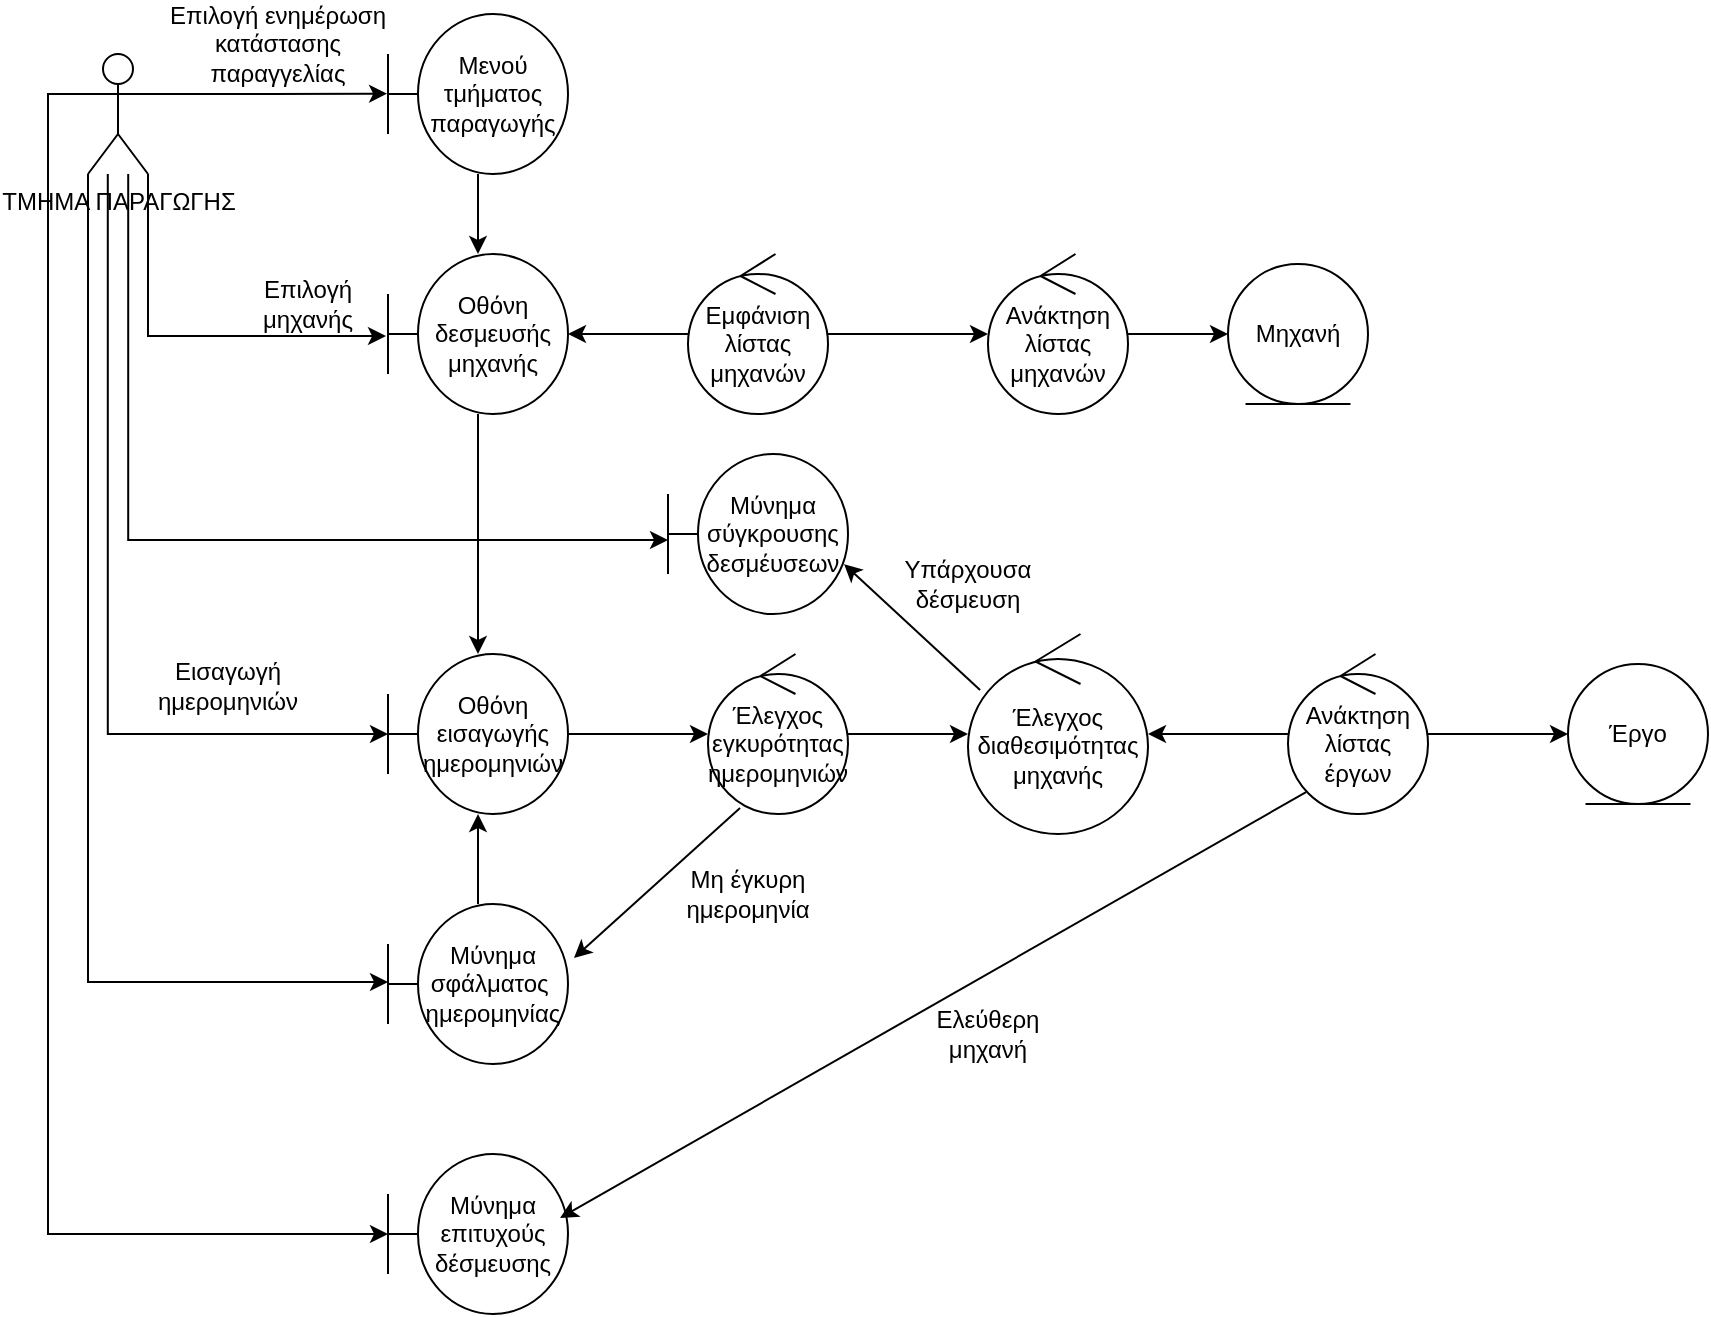
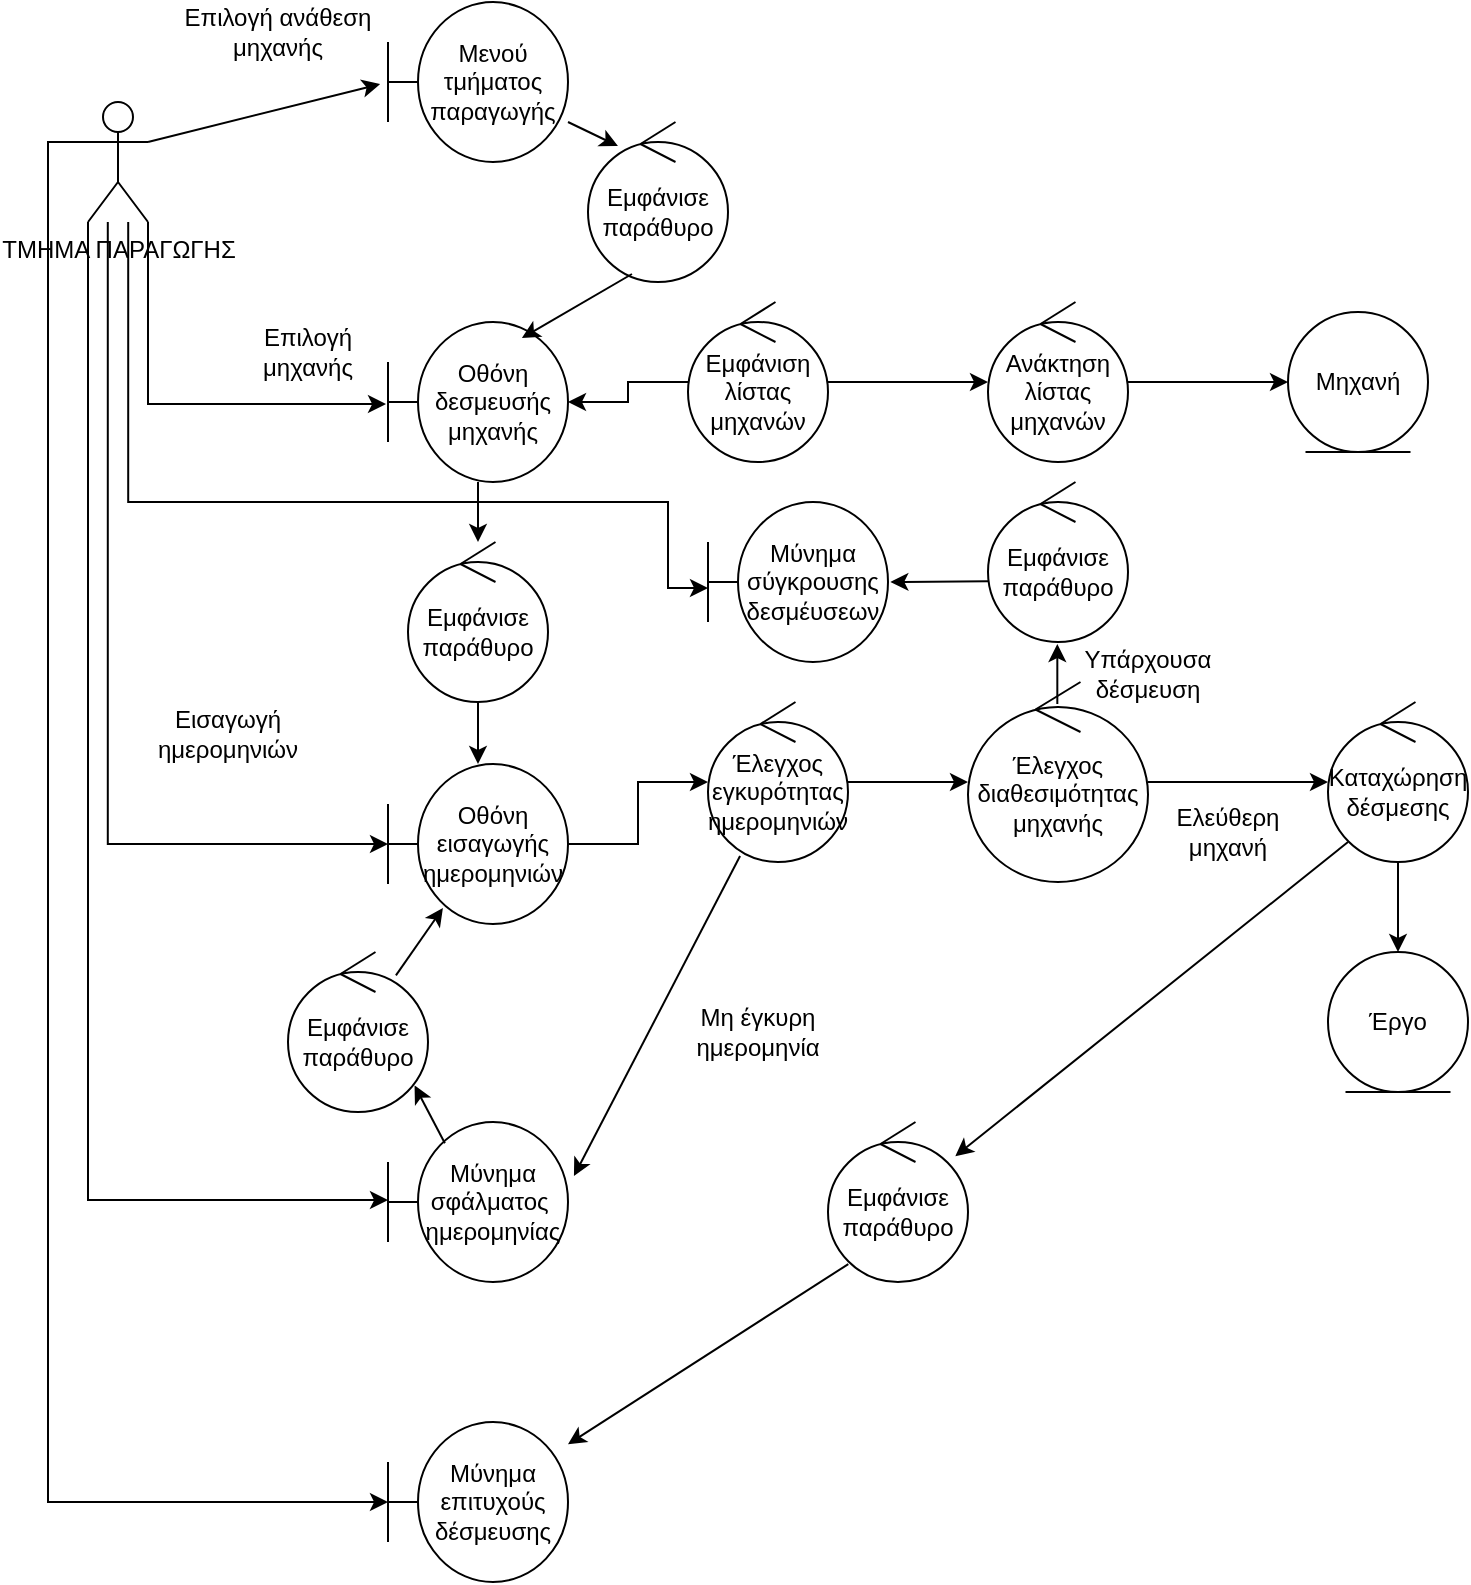
<mxfile host="Electron">
  <diagram name="Page-1" id="KaXBHMN9nKNjOLRxAqfw">
-     <mxGraphModel dx="1414" dy="883" grid="1" gridSize="10" guides="1" tooltips="1" connect="1" arrows="1" fold="1" page="1" pageScale="1" pageWidth="1169" pageHeight="827" math="0" shadow="0">
+     <mxGraphModel dx="1664" dy="1039" grid="1" gridSize="10" guides="1" tooltips="1" connect="1" arrows="1" fold="1" page="1" pageScale="1" pageWidth="1169" pageHeight="827" math="0" shadow="0">
      <root>
        <mxCell id="0" />
        <mxCell id="1" parent="0" />
        <mxCell id="C7lFtEQ3tHzBhNkcPl6a-1" parent="1" style="shape=umlActor;verticalLabelPosition=bottom;verticalAlign=top;html=1;outlineConnect=0;points=[[0,0.3333333333333333,0,0,0],[0,1,0,0,0],[0.25,0.1,0,0,0],[0.33,1,0,0,0],[0.5,0,0,0,0],[0.5,0.5,0,0,0],[0.67,1,0,0,0],[0.75,0.1,0,0,0],[1,0.3333333333333333,0,0,0],[1,1,0,0,0]];" value="ΤΜΗΜΑ ΠΑΡΑΓΩΓΗΣ" vertex="1">
          <mxGeometry height="60" width="30" x="50" y="60" as="geometry" />
        </mxCell>
-         <mxCell id="WimlP_M1-8_oz9CWzMH8-6" edge="1" parent="1" source="WimlP_M1-8_oz9CWzMH8-1" style="edgeStyle=orthogonalEdgeStyle;rounded=0;orthogonalLoop=1;jettySize=auto;html=1;" target="WimlP_M1-8_oz9CWzMH8-5" value="">
-           <mxGeometry relative="1" as="geometry" />
+         <mxCell id="WimlP_M1-8_oz9CWzMH8-1" parent="1" style="shape=umlBoundary;whiteSpace=wrap;html=1;" value="Μενού τμήματος παραγωγής" vertex="1">
+           <mxGeometry height="80" width="90" x="200" y="10" as="geometry" />
        </mxCell>
-         <mxCell id="WimlP_M1-8_oz9CWzMH8-1" parent="1" style="shape=umlBoundary;whiteSpace=wrap;html=1;" value="Μενού τμήματος παραγωγής" vertex="1">
-           <mxGeometry height="80" width="90" x="200" y="40" as="geometry" />
-         </mxCell>
-         <mxCell id="WimlP_M1-8_oz9CWzMH8-2" edge="1" parent="1" source="C7lFtEQ3tHzBhNkcPl6a-1" style="edgeStyle=orthogonalEdgeStyle;rounded=0;orthogonalLoop=1;jettySize=auto;html=1;exitX=1;exitY=0.3333333333333333;exitDx=0;exitDy=0;exitPerimeter=0;entryX=-0.005;entryY=0.498;entryDx=0;entryDy=0;entryPerimeter=0;" target="WimlP_M1-8_oz9CWzMH8-1">
-           <mxGeometry relative="1" as="geometry" />
-         </mxCell>
-         <mxCell id="RbYdqmlDivMQi1Q6wBfH-3" edge="1" parent="1" source="WimlP_M1-8_oz9CWzMH8-5" style="edgeStyle=orthogonalEdgeStyle;rounded=0;orthogonalLoop=1;jettySize=auto;html=1;" target="WimlP_M1-8_oz9CWzMH8-18" value="">
+         <mxCell id="LdhAEO8E8GU_BBuaMslp-7" edge="1" parent="1" source="WimlP_M1-8_oz9CWzMH8-5" style="edgeStyle=orthogonalEdgeStyle;rounded=0;orthogonalLoop=1;jettySize=auto;html=1;" target="LdhAEO8E8GU_BBuaMslp-6" value="">
          <mxGeometry relative="1" as="geometry" />
        </mxCell>
        <mxCell id="WimlP_M1-8_oz9CWzMH8-5" parent="1" style="shape=umlBoundary;whiteSpace=wrap;html=1;" value="&lt;div&gt;Οθόνη&lt;/div&gt;δεσμευσής μηχανής" vertex="1">
-           <mxGeometry height="80" width="90" x="200" y="160" as="geometry" />
+           <mxGeometry height="80" width="90" x="200" y="170" as="geometry" />
        </mxCell>
        <mxCell id="WimlP_M1-8_oz9CWzMH8-7" edge="1" parent="1" source="C7lFtEQ3tHzBhNkcPl6a-1" style="edgeStyle=orthogonalEdgeStyle;rounded=0;orthogonalLoop=1;jettySize=auto;html=1;exitX=1;exitY=1;exitDx=0;exitDy=0;exitPerimeter=0;entryX=-0.011;entryY=0.513;entryDx=0;entryDy=0;entryPerimeter=0;" target="WimlP_M1-8_oz9CWzMH8-5">
          <mxGeometry relative="1" as="geometry" />
        </mxCell>
-         <mxCell id="WimlP_M1-8_oz9CWzMH8-9" parent="1" style="text;html=1;whiteSpace=wrap;strokeColor=none;fillColor=none;align=center;verticalAlign=middle;rounded=0;" value="Επιλογή ενημέρωση κατάστασης παραγγελίας" vertex="1">
-           <mxGeometry height="30" width="110" x="90" y="40" as="geometry" />
+         <mxCell id="WimlP_M1-8_oz9CWzMH8-9" parent="1" style="text;html=1;whiteSpace=wrap;strokeColor=none;fillColor=none;align=center;verticalAlign=middle;rounded=0;" value="Επιλογή ανάθεση μηχανής" vertex="1">
+           <mxGeometry height="30" width="110" x="90" y="10" as="geometry" />
        </mxCell>
        <mxCell id="WimlP_M1-8_oz9CWzMH8-11" parent="1" style="text;html=1;whiteSpace=wrap;strokeColor=none;fillColor=none;align=center;verticalAlign=middle;rounded=0;" value="Επιλογή μηχανής" vertex="1">
          <mxGeometry height="30" width="60" x="130" y="170" as="geometry" />
        </mxCell>
        <mxCell id="WimlP_M1-8_oz9CWzMH8-12" edge="1" parent="1" source="WimlP_M1-8_oz9CWzMH8-13" style="edgeStyle=orthogonalEdgeStyle;rounded=0;orthogonalLoop=1;jettySize=auto;html=1;" target="WimlP_M1-8_oz9CWzMH8-15" value="">
          <mxGeometry relative="1" as="geometry" />
        </mxCell>
        <mxCell id="RbYdqmlDivMQi1Q6wBfH-1" edge="1" parent="1" source="WimlP_M1-8_oz9CWzMH8-13" style="edgeStyle=orthogonalEdgeStyle;rounded=0;orthogonalLoop=1;jettySize=auto;html=1;" target="WimlP_M1-8_oz9CWzMH8-5" value="">
          <mxGeometry relative="1" as="geometry" />
        </mxCell>
        <mxCell id="WimlP_M1-8_oz9CWzMH8-13" parent="1" style="ellipse;shape=umlControl;whiteSpace=wrap;html=1;" value="Εμφάνιση λίστας μηχανών" vertex="1">
          <mxGeometry height="80" width="70" x="350" y="160" as="geometry" />
        </mxCell>
        <mxCell id="WimlP_M1-8_oz9CWzMH8-14" edge="1" parent="1" source="WimlP_M1-8_oz9CWzMH8-15" style="edgeStyle=orthogonalEdgeStyle;rounded=0;orthogonalLoop=1;jettySize=auto;html=1;" target="WimlP_M1-8_oz9CWzMH8-16" value="">
          <mxGeometry relative="1" as="geometry" />
        </mxCell>
        <mxCell id="WimlP_M1-8_oz9CWzMH8-15" parent="1" style="ellipse;shape=umlControl;whiteSpace=wrap;html=1;" value="Ανάκτηση λίστας μηχανών" vertex="1">
          <mxGeometry height="80" width="70" x="500" y="160" as="geometry" />
        </mxCell>
        <mxCell id="WimlP_M1-8_oz9CWzMH8-16" parent="1" style="ellipse;shape=umlEntity;whiteSpace=wrap;html=1;" value="Μηχανή" vertex="1">
-           <mxGeometry height="70" width="70" x="620" y="165" as="geometry" />
+           <mxGeometry height="70" width="70" x="650" y="165" as="geometry" />
        </mxCell>
        <mxCell id="RbYdqmlDivMQi1Q6wBfH-4" edge="1" parent="1" source="WimlP_M1-8_oz9CWzMH8-18" style="edgeStyle=orthogonalEdgeStyle;rounded=0;orthogonalLoop=1;jettySize=auto;html=1;" target="WimlP_M1-8_oz9CWzMH8-20" value="">
          <mxGeometry relative="1" as="geometry" />
        </mxCell>
        <mxCell id="WimlP_M1-8_oz9CWzMH8-18" parent="1" style="shape=umlBoundary;whiteSpace=wrap;html=1;" value="Οθόνη εισαγωγής ημερομηνιών" vertex="1">
-           <mxGeometry height="80" width="90" x="200" y="360" as="geometry" />
+           <mxGeometry height="80" width="90" x="200" y="391" as="geometry" />
        </mxCell>
        <mxCell id="RbYdqmlDivMQi1Q6wBfH-10" edge="1" parent="1" source="WimlP_M1-8_oz9CWzMH8-20" style="edgeStyle=orthogonalEdgeStyle;rounded=0;orthogonalLoop=1;jettySize=auto;html=1;" target="RbYdqmlDivMQi1Q6wBfH-5" value="">
          <mxGeometry relative="1" as="geometry" />
        </mxCell>
        <mxCell id="WimlP_M1-8_oz9CWzMH8-20" parent="1" style="ellipse;shape=umlControl;whiteSpace=wrap;html=1;" value="Έλεγχος εγκυρότητας ημερομηνιών" vertex="1">
          <mxGeometry height="80" width="70" x="360" y="360" as="geometry" />
        </mxCell>
        <mxCell id="nidWjqgabV8KVmjAqGq--1" parent="1" style="text;html=1;whiteSpace=wrap;strokeColor=none;fillColor=none;align=center;verticalAlign=middle;rounded=0;" value="Εισαγωγή ημερομηνιών" vertex="1">
          <mxGeometry height="30" width="60" x="90" y="361" as="geometry" />
        </mxCell>
-         <mxCell id="RbYdqmlDivMQi1Q6wBfH-2" parent="1" style="ellipse;shape=umlEntity;whiteSpace=wrap;html=1;" value="Έργο" vertex="1">
-           <mxGeometry height="70" width="70" x="790" y="365" as="geometry" />
+         <mxCell id="LdhAEO8E8GU_BBuaMslp-12" edge="1" parent="1" source="RbYdqmlDivMQi1Q6wBfH-5" style="edgeStyle=orthogonalEdgeStyle;rounded=0;orthogonalLoop=1;jettySize=auto;html=1;" target="RbYdqmlDivMQi1Q6wBfH-13" value="">
+           <mxGeometry relative="1" as="geometry" />
        </mxCell>
        <mxCell id="RbYdqmlDivMQi1Q6wBfH-5" parent="1" style="ellipse;shape=umlControl;whiteSpace=wrap;html=1;" value="Έλεγχος διαθεσιμότητας&lt;div&gt;μηχανής&lt;/div&gt;" vertex="1">
          <mxGeometry height="100" width="90" x="490" y="350" as="geometry" />
        </mxCell>
-         <mxCell id="RbYdqmlDivMQi1Q6wBfH-18" edge="1" parent="1" source="RbYdqmlDivMQi1Q6wBfH-6" style="edgeStyle=orthogonalEdgeStyle;rounded=0;orthogonalLoop=1;jettySize=auto;html=1;" target="WimlP_M1-8_oz9CWzMH8-18" value="">
-           <mxGeometry relative="1" as="geometry" />
-         </mxCell>
        <mxCell id="RbYdqmlDivMQi1Q6wBfH-6" parent="1" style="shape=umlBoundary;whiteSpace=wrap;html=1;" value="Μύνημα σφάλματος&amp;nbsp;&lt;div&gt;ημερομηνίας&lt;/div&gt;" vertex="1">
-           <mxGeometry height="80" width="90" x="200" y="485" as="geometry" />
+           <mxGeometry height="80" width="90" x="200" y="570" as="geometry" />
        </mxCell>
        <mxCell id="RbYdqmlDivMQi1Q6wBfH-7" edge="1" parent="1" source="C7lFtEQ3tHzBhNkcPl6a-1" style="edgeStyle=orthogonalEdgeStyle;rounded=0;orthogonalLoop=1;jettySize=auto;html=1;exitX=0;exitY=1;exitDx=0;exitDy=0;exitPerimeter=0;entryX=0;entryY=0.488;entryDx=0;entryDy=0;entryPerimeter=0;" target="RbYdqmlDivMQi1Q6wBfH-6">
          <mxGeometry relative="1" as="geometry" />
        </mxCell>
        <mxCell id="RbYdqmlDivMQi1Q6wBfH-8" edge="1" parent="1" source="WimlP_M1-8_oz9CWzMH8-20" style="endArrow=classic;html=1;rounded=0;entryX=1.033;entryY=0.338;entryDx=0;entryDy=0;entryPerimeter=0;exitX=0.229;exitY=0.963;exitDx=0;exitDy=0;exitPerimeter=0;" target="RbYdqmlDivMQi1Q6wBfH-6" value="">
          <mxGeometry height="50" relative="1" width="50" as="geometry">
            <mxPoint x="430" y="445" as="sourcePoint" />
            <mxPoint x="320" y="565" as="targetPoint" />
          </mxGeometry>
        </mxCell>
        <mxCell id="RbYdqmlDivMQi1Q6wBfH-9" parent="1" style="text;html=1;whiteSpace=wrap;strokeColor=none;fillColor=none;align=center;verticalAlign=middle;rounded=0;" value="Μη έγκυρη ημερομηνία" vertex="1">
-           <mxGeometry height="30" width="60" x="350" y="465" as="geometry" />
+           <mxGeometry height="30" width="60" x="355" y="510" as="geometry" />
        </mxCell>
-         <mxCell id="RbYdqmlDivMQi1Q6wBfH-14" edge="1" parent="1" source="RbYdqmlDivMQi1Q6wBfH-13" style="edgeStyle=orthogonalEdgeStyle;rounded=0;orthogonalLoop=1;jettySize=auto;html=1;" target="RbYdqmlDivMQi1Q6wBfH-2" value="">
+         <mxCell id="LdhAEO8E8GU_BBuaMslp-22" edge="1" parent="1" source="RbYdqmlDivMQi1Q6wBfH-13" style="edgeStyle=orthogonalEdgeStyle;rounded=0;orthogonalLoop=1;jettySize=auto;html=1;" target="LdhAEO8E8GU_BBuaMslp-21" value="">
          <mxGeometry relative="1" as="geometry" />
        </mxCell>
-         <mxCell id="RbYdqmlDivMQi1Q6wBfH-16" edge="1" parent="1" source="RbYdqmlDivMQi1Q6wBfH-13" style="edgeStyle=orthogonalEdgeStyle;rounded=0;orthogonalLoop=1;jettySize=auto;html=1;" target="RbYdqmlDivMQi1Q6wBfH-5" value="">
-           <mxGeometry relative="1" as="geometry" />
-         </mxCell>
-         <mxCell id="RbYdqmlDivMQi1Q6wBfH-13" parent="1" style="ellipse;shape=umlControl;whiteSpace=wrap;html=1;" value="Ανάκτηση λίστας έργων" vertex="1">
-           <mxGeometry height="80" width="70" x="650" y="360" as="geometry" />
+         <mxCell id="RbYdqmlDivMQi1Q6wBfH-13" parent="1" style="ellipse;shape=umlControl;whiteSpace=wrap;html=1;" value="Καταχώρηση δέσμεσης" vertex="1">
+           <mxGeometry height="80" width="70" x="670" y="360" as="geometry" />
        </mxCell>
        <mxCell id="RbYdqmlDivMQi1Q6wBfH-19" parent="1" style="shape=umlBoundary;whiteSpace=wrap;html=1;" value="Μύνημα σύγκρουσης δεσμέυσεων" vertex="1">
-           <mxGeometry height="80" width="90" x="340" y="260" as="geometry" />
+           <mxGeometry height="80" width="90" x="360" y="260" as="geometry" />
        </mxCell>
        <mxCell id="RbYdqmlDivMQi1Q6wBfH-20" edge="1" parent="1" source="C7lFtEQ3tHzBhNkcPl6a-1" style="edgeStyle=orthogonalEdgeStyle;rounded=0;orthogonalLoop=1;jettySize=auto;html=1;exitX=0.33;exitY=1;exitDx=0;exitDy=0;exitPerimeter=0;entryX=0;entryY=0.5;entryDx=0;entryDy=0;entryPerimeter=0;" target="WimlP_M1-8_oz9CWzMH8-18">
          <mxGeometry relative="1" as="geometry" />
        </mxCell>
        <mxCell id="RbYdqmlDivMQi1Q6wBfH-21" edge="1" parent="1" source="C7lFtEQ3tHzBhNkcPl6a-1" style="edgeStyle=orthogonalEdgeStyle;rounded=0;orthogonalLoop=1;jettySize=auto;html=1;exitX=0.67;exitY=1;exitDx=0;exitDy=0;exitPerimeter=0;entryX=0;entryY=0.538;entryDx=0;entryDy=0;entryPerimeter=0;" target="RbYdqmlDivMQi1Q6wBfH-19">
-           <mxGeometry relative="1" as="geometry" />
-         </mxCell>
-         <mxCell id="RbYdqmlDivMQi1Q6wBfH-22" edge="1" parent="1" source="RbYdqmlDivMQi1Q6wBfH-5" style="endArrow=classic;html=1;rounded=0;entryX=0.978;entryY=0.688;entryDx=0;entryDy=0;entryPerimeter=0;exitX=0.067;exitY=0.28;exitDx=0;exitDy=0;exitPerimeter=0;" target="RbYdqmlDivMQi1Q6wBfH-19" value="">
-           <mxGeometry height="50" relative="1" width="50" as="geometry">
-             <mxPoint x="520" y="380" as="sourcePoint" />
-             <mxPoint x="470" y="310" as="targetPoint" />
+           <mxGeometry relative="1" as="geometry">
+             <Array as="points">
+               <mxPoint x="70" y="260" />
+               <mxPoint x="340" y="260" />
+             </Array>
          </mxGeometry>
        </mxCell>
        <mxCell id="RbYdqmlDivMQi1Q6wBfH-23" parent="1" style="text;html=1;whiteSpace=wrap;strokeColor=none;fillColor=none;align=center;verticalAlign=middle;rounded=0;" value="Υπάρχουσα δέσμευση" vertex="1">
-           <mxGeometry height="30" width="60" x="460" y="310" as="geometry" />
+           <mxGeometry height="30" width="60" x="550" y="331" as="geometry" />
        </mxCell>
        <mxCell id="RbYdqmlDivMQi1Q6wBfH-24" parent="1" style="shape=umlBoundary;whiteSpace=wrap;html=1;" value="Μύνημα επιτυχούς δέσμευσης" vertex="1">
-           <mxGeometry height="80" width="90" x="200" y="610" as="geometry" />
+           <mxGeometry height="80" width="90" x="200" y="720" as="geometry" />
        </mxCell>
        <mxCell id="RbYdqmlDivMQi1Q6wBfH-25" edge="1" parent="1" source="C7lFtEQ3tHzBhNkcPl6a-1" style="edgeStyle=orthogonalEdgeStyle;rounded=0;orthogonalLoop=1;jettySize=auto;html=1;exitX=0;exitY=0.3333333333333333;exitDx=0;exitDy=0;exitPerimeter=0;entryX=0;entryY=0.5;entryDx=0;entryDy=0;entryPerimeter=0;" target="RbYdqmlDivMQi1Q6wBfH-24">
          <mxGeometry relative="1" as="geometry" />
        </mxCell>
-         <mxCell id="RbYdqmlDivMQi1Q6wBfH-26" edge="1" parent="1" source="RbYdqmlDivMQi1Q6wBfH-13" style="endArrow=classic;html=1;rounded=0;exitX=0.129;exitY=0.863;exitDx=0;exitDy=0;exitPerimeter=0;entryX=0.956;entryY=0.4;entryDx=0;entryDy=0;entryPerimeter=0;" target="RbYdqmlDivMQi1Q6wBfH-24" value="">
+         <mxCell id="RbYdqmlDivMQi1Q6wBfH-27" parent="1" style="text;html=1;whiteSpace=wrap;strokeColor=none;fillColor=none;align=center;verticalAlign=middle;rounded=0;" value="Ελεύθερη μηχανή" vertex="1">
+           <mxGeometry height="30" width="60" x="590" y="410" as="geometry" />
+         </mxCell>
+         <mxCell id="LdhAEO8E8GU_BBuaMslp-1" parent="1" style="ellipse;shape=umlControl;whiteSpace=wrap;html=1;" value="Εμφάνισε παράθυρο" vertex="1">
+           <mxGeometry height="80" width="70" x="300" y="70" as="geometry" />
+         </mxCell>
+         <mxCell id="LdhAEO8E8GU_BBuaMslp-3" edge="1" parent="1" source="C7lFtEQ3tHzBhNkcPl6a-1" style="endArrow=classic;html=1;rounded=0;entryX=-0.044;entryY=0.513;entryDx=0;entryDy=0;entryPerimeter=0;exitX=1;exitY=0.3333333333333333;exitDx=0;exitDy=0;exitPerimeter=0;" target="WimlP_M1-8_oz9CWzMH8-1" value="">
          <mxGeometry height="50" relative="1" width="50" as="geometry">
-             <mxPoint x="510" y="675" as="sourcePoint" />
-             <mxPoint x="560" y="625" as="targetPoint" />
+             <mxPoint x="140" y="135" as="sourcePoint" />
+             <mxPoint x="190" y="85" as="targetPoint" />
          </mxGeometry>
        </mxCell>
-         <mxCell id="RbYdqmlDivMQi1Q6wBfH-27" parent="1" style="text;html=1;whiteSpace=wrap;strokeColor=none;fillColor=none;align=center;verticalAlign=middle;rounded=0;" value="Ελεύθερη μηχανή" vertex="1">
-           <mxGeometry height="30" width="60" x="470" y="535" as="geometry" />
+         <mxCell id="LdhAEO8E8GU_BBuaMslp-4" edge="1" parent="1" style="endArrow=classic;html=1;rounded=0;entryX=0.214;entryY=0.15;entryDx=0;entryDy=0;entryPerimeter=0;" target="LdhAEO8E8GU_BBuaMslp-1" value="">
+           <mxGeometry height="50" relative="1" width="50" as="geometry">
+             <mxPoint x="290" y="70" as="sourcePoint" />
+             <mxPoint x="320" y="90" as="targetPoint" />
+           </mxGeometry>
+         </mxCell>
+         <mxCell id="LdhAEO8E8GU_BBuaMslp-5" edge="1" parent="1" source="LdhAEO8E8GU_BBuaMslp-1" style="endArrow=classic;html=1;rounded=0;entryX=0.744;entryY=0.1;entryDx=0;entryDy=0;entryPerimeter=0;exitX=0.314;exitY=0.95;exitDx=0;exitDy=0;exitPerimeter=0;" target="WimlP_M1-8_oz9CWzMH8-5" value="">
+           <mxGeometry height="50" relative="1" width="50" as="geometry">
+             <mxPoint x="305" y="168" as="sourcePoint" />
+             <mxPoint x="270" y="210" as="targetPoint" />
+           </mxGeometry>
+         </mxCell>
+         <mxCell id="LdhAEO8E8GU_BBuaMslp-8" edge="1" parent="1" source="LdhAEO8E8GU_BBuaMslp-6" style="edgeStyle=orthogonalEdgeStyle;rounded=0;orthogonalLoop=1;jettySize=auto;html=1;" target="WimlP_M1-8_oz9CWzMH8-18" value="">
+           <mxGeometry relative="1" as="geometry" />
+         </mxCell>
+         <mxCell id="LdhAEO8E8GU_BBuaMslp-6" parent="1" style="ellipse;shape=umlControl;whiteSpace=wrap;html=1;" value="Εμφάνισε παράθυρο" vertex="1">
+           <mxGeometry height="80" width="70" x="210" y="280" as="geometry" />
+         </mxCell>
+         <mxCell id="LdhAEO8E8GU_BBuaMslp-9" parent="1" style="ellipse;shape=umlControl;whiteSpace=wrap;html=1;" value="Εμφάνισε παράθυρο" vertex="1">
+           <mxGeometry height="80" width="70" x="150" y="485" as="geometry" />
+         </mxCell>
+         <mxCell id="LdhAEO8E8GU_BBuaMslp-11" edge="1" parent="1" source="LdhAEO8E8GU_BBuaMslp-9" style="endArrow=classic;html=1;rounded=0;entryX=0.305;entryY=0.9;entryDx=0;entryDy=0;entryPerimeter=0;exitX=0.771;exitY=0.146;exitDx=0;exitDy=0;exitPerimeter=0;" target="WimlP_M1-8_oz9CWzMH8-18" value="">
+           <mxGeometry height="50" relative="1" width="50" as="geometry">
+             <mxPoint x="210" y="490" as="sourcePoint" />
+             <mxPoint x="200" y="471" as="targetPoint" />
+           </mxGeometry>
+         </mxCell>
+         <mxCell id="LdhAEO8E8GU_BBuaMslp-13" parent="1" style="ellipse;shape=umlControl;whiteSpace=wrap;html=1;" value="Εμφάνισε παράθυρο" vertex="1">
+           <mxGeometry height="80" width="70" x="420" y="570" as="geometry" />
+         </mxCell>
+         <mxCell id="LdhAEO8E8GU_BBuaMslp-14" edge="1" parent="1" source="RbYdqmlDivMQi1Q6wBfH-13" style="endArrow=classic;html=1;rounded=0;exitX=0.143;exitY=0.875;exitDx=0;exitDy=0;exitPerimeter=0;" target="LdhAEO8E8GU_BBuaMslp-13" value="">
+           <mxGeometry height="50" relative="1" width="50" as="geometry">
+             <mxPoint x="550" y="600" as="sourcePoint" />
+             <mxPoint x="600" y="550" as="targetPoint" />
+           </mxGeometry>
+         </mxCell>
+         <mxCell id="LdhAEO8E8GU_BBuaMslp-15" edge="1" parent="1" source="LdhAEO8E8GU_BBuaMslp-13" style="endArrow=classic;html=1;rounded=0;exitX=0.145;exitY=0.888;exitDx=0;exitDy=0;exitPerimeter=0;" target="RbYdqmlDivMQi1Q6wBfH-24" value="">
+           <mxGeometry height="50" relative="1" width="50" as="geometry">
+             <mxPoint x="415" y="650" as="sourcePoint" />
+             <mxPoint x="355" y="706" as="targetPoint" />
+           </mxGeometry>
+         </mxCell>
+         <mxCell id="LdhAEO8E8GU_BBuaMslp-16" parent="1" style="ellipse;shape=umlControl;whiteSpace=wrap;html=1;" value="Εμφάνισε παράθυρο" vertex="1">
+           <mxGeometry height="80" width="70" x="500" y="250" as="geometry" />
+         </mxCell>
+         <mxCell id="LdhAEO8E8GU_BBuaMslp-18" edge="1" parent="1" source="RbYdqmlDivMQi1Q6wBfH-6" style="endArrow=classic;html=1;rounded=0;exitX=0.316;exitY=0.133;exitDx=0;exitDy=0;exitPerimeter=0;entryX=0.904;entryY=0.834;entryDx=0;entryDy=0;entryPerimeter=0;" target="LdhAEO8E8GU_BBuaMslp-9" value="">
+           <mxGeometry height="50" relative="1" width="50" as="geometry">
+             <mxPoint x="250" y="584" as="sourcePoint" />
+             <mxPoint x="220" y="550" as="targetPoint" />
+           </mxGeometry>
+         </mxCell>
+         <mxCell id="LdhAEO8E8GU_BBuaMslp-19" edge="1" parent="1" style="endArrow=classic;html=1;rounded=0;entryX=0.904;entryY=0.834;entryDx=0;entryDy=0;entryPerimeter=0;" value="">
+           <mxGeometry height="50" relative="1" width="50" as="geometry">
+             <mxPoint x="534.66" y="361" as="sourcePoint" />
+             <mxPoint x="534.66" y="331" as="targetPoint" />
+           </mxGeometry>
+         </mxCell>
+         <mxCell id="LdhAEO8E8GU_BBuaMslp-20" edge="1" parent="1" style="endArrow=classic;html=1;rounded=0;entryX=1.013;entryY=0.5;entryDx=0;entryDy=0;entryPerimeter=0;" target="RbYdqmlDivMQi1Q6wBfH-19" value="">
+           <mxGeometry height="50" relative="1" width="50" as="geometry">
+             <mxPoint x="500" y="299.66" as="sourcePoint" />
+             <mxPoint x="470" y="299.66" as="targetPoint" />
+           </mxGeometry>
+         </mxCell>
+         <mxCell id="LdhAEO8E8GU_BBuaMslp-21" parent="1" style="ellipse;shape=umlEntity;whiteSpace=wrap;html=1;" value="Έργο" vertex="1">
+           <mxGeometry height="70" width="70" x="670" y="485" as="geometry" />
        </mxCell>
      </root>
    </mxGraphModel>
  </diagram>
</mxfile>
